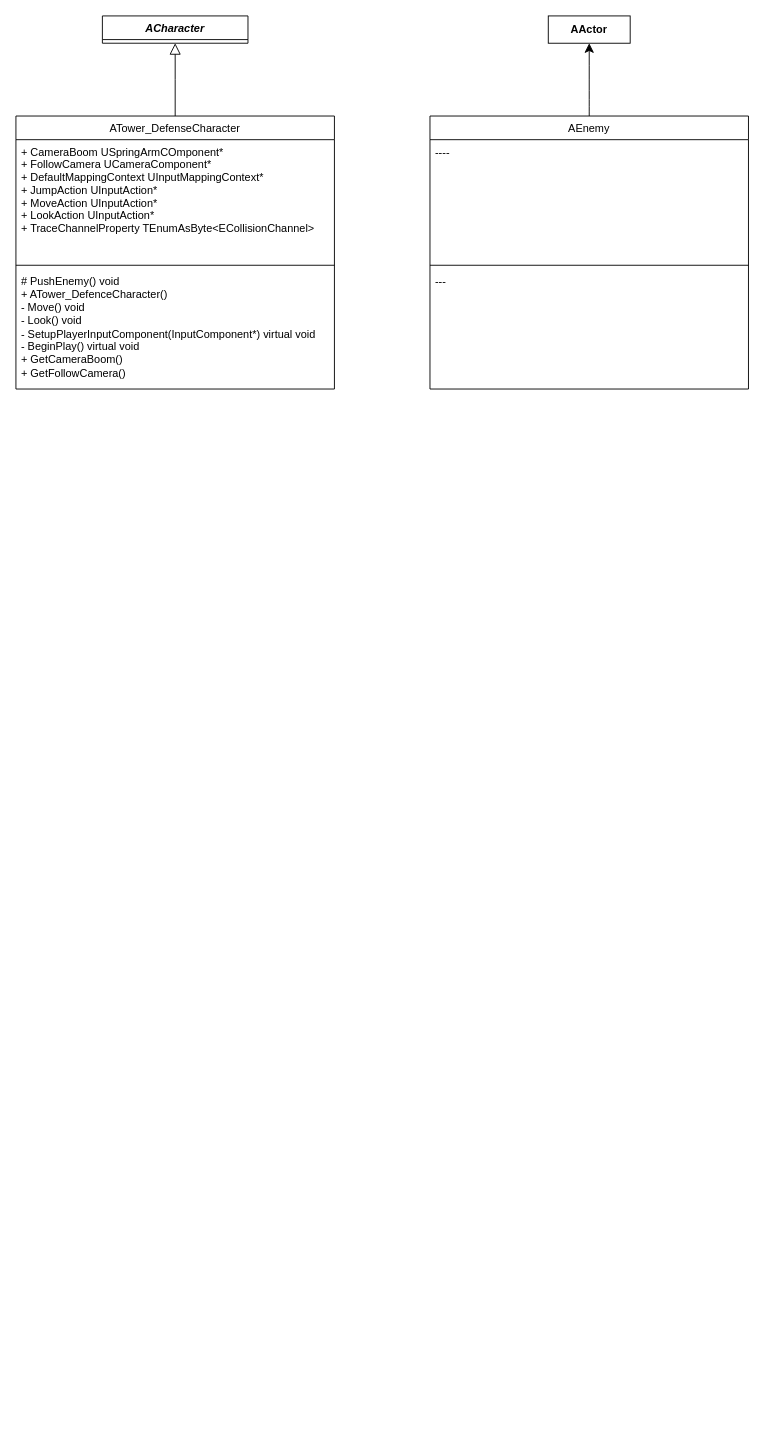
The draw.io diagram TowerDefense_UML.drawio in Viiktorh/Tower_Defense, before the edit. Source tidied: cells renumbered, new cells numbered last; positions are measured from the earlier drawing's top-left corner, leaving out a move shared by most shapes. Both pictures are drawn from the tidied source at 91%, with x=0, y=0 at pixel (15, 15).
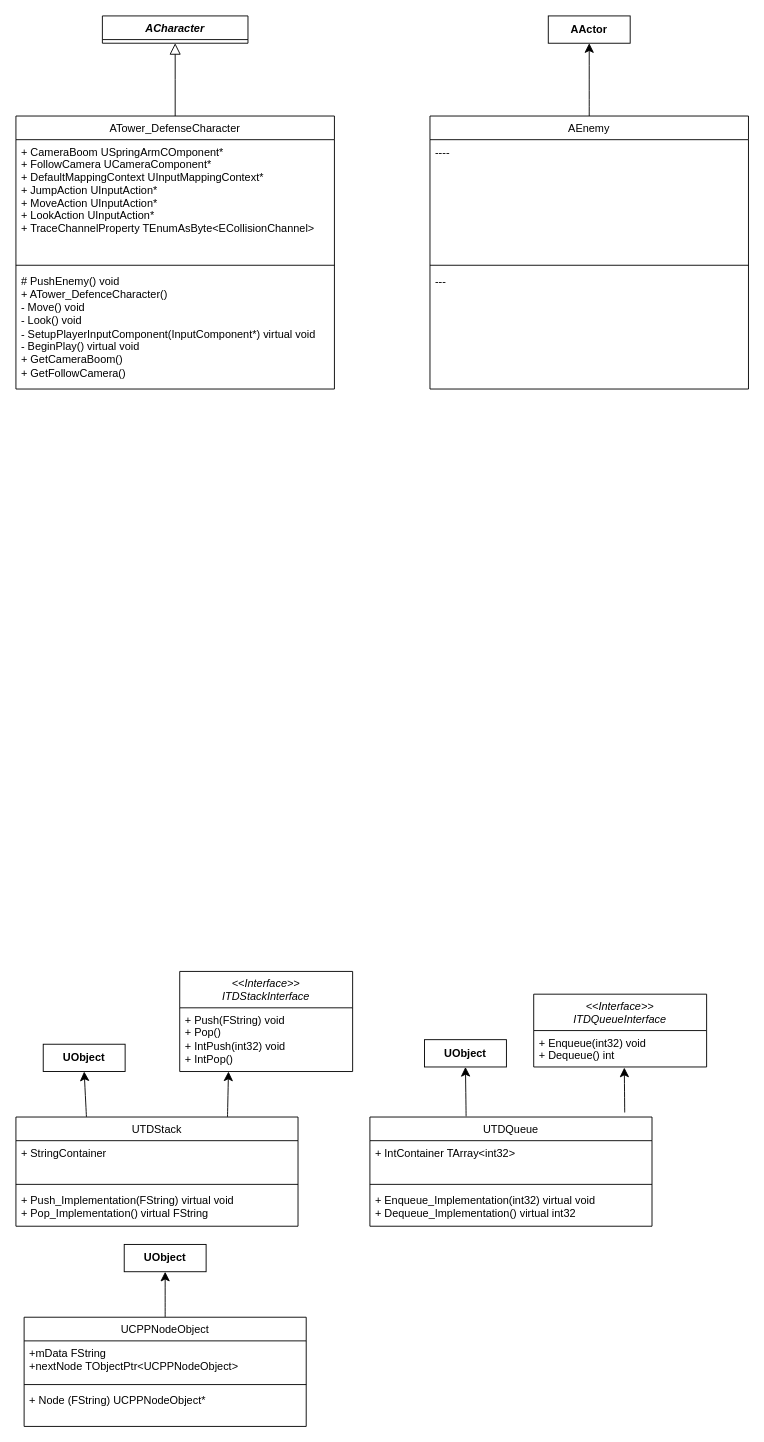
The same diagram, later.

Change to the diagram source:
```diff
@@
+    <mxCell id="14" style="edgeStyle=none;curved=1;rounded=0;jettySize=auto;html=1;exitX=0.5;exitY=0;exitDx=0;exitDy=0;entryX=0.5;entryY=1;entryDx=0;entryDy=0;fontSize=12;startSize=8;endSize=8;" parent="1" edge="1" source="15" target="19">
+      <mxGeometry relative="1" as="geometry" />
+    </mxCell>
+    <mxCell id="15" value="UCPPNodeObject" style="swimlane;fontStyle=0;align=center;verticalAlign=top;horizontal=1;startSize=26;rounded=0;shadow=0;strokeWidth=1;" parent="1" vertex="1">
+      <mxGeometry x="9" y="1430" width="310" height="120" as="geometry" />
+    </mxCell>
+    <mxCell id="16" value="+mData FString&#10;+nextNode TObjectPtr&lt;UCPPNodeObject&gt;&#10;" style="text;align=left;verticalAlign=top;spacingLeft=4;spacingRight=4;overflow=hidden;" parent="15" vertex="1">
+      <mxGeometry y="26" width="310" height="44" as="geometry" />
+    </mxCell>
+    <mxCell id="17" style="line;html=1;strokeWidth=1;align=left;verticalAlign=middle;spacingTop=-1;spacingLeft=3;spacingRight=3;labelPosition=right;" parent="15" vertex="1">
+      <mxGeometry y="70" width="310" height="8" as="geometry" />
+    </mxCell>
+    <mxCell id="18" value="&lt;div&gt;+ Node (FString)&amp;nbsp;UCPPNodeObject*&lt;/div&gt;" style="text;html=1;align=left;verticalAlign=top;strokeColor=none;fillColor=none;fontSize=12;spacingLeft=4;spacingRight=4;" parent="15" vertex="1">
+      <mxGeometry y="78" width="310" height="30" as="geometry" />
+    </mxCell>
+    <mxCell id="19" value="&lt;b&gt;UObject&lt;/b&gt;" style="rounded=0;whiteSpace=wrap;html=1;" parent="1" vertex="1">
+      <mxGeometry x="119" y="1350" width="90" height="30" as="geometry" />
+    </mxCell>
+    <mxCell id="20" value="&lt;&lt;Interface&gt;&gt;&#10;ITDQueueInterface" style="swimlane;fontStyle=2;align=center;verticalAlign=top;horizontal=1;startSize=40;rounded=0;shadow=0;strokeWidth=1;" parent="1" vertex="1">
+      <mxGeometry x="569" y="1075" width="190" height="80" as="geometry" />
+    </mxCell>
+    <mxCell id="21" value="+ Enqueue(int32) void&lt;div&gt;+ Dequeue() int&lt;/div&gt;" style="text;html=1;align=left;verticalAlign=top;points=[];strokeColor=none;fillColor=none;fontSize=12;spacingLeft=4;spacingRight=4;" parent="20" vertex="1">
+      <mxGeometry y="40" width="190" height="40" as="geometry" />
+    </mxCell>
+    <mxCell id="22" style="edgeStyle=none;curved=1;rounded=0;jettySize=auto;html=1;exitX=0.341;exitY=-0.006;exitDx=0;exitDy=0;entryX=0.5;entryY=1;entryDx=0;entryDy=0;fontSize=12;startSize=8;endSize=8;exitPerimeter=0;" parent="1" edge="1" source="23" target="28">
+      <mxGeometry relative="1" as="geometry" />
+    </mxCell>
+    <mxCell id="23" value="UTDQueue" style="swimlane;fontStyle=0;align=center;verticalAlign=top;horizontal=1;startSize=26;rounded=0;shadow=0;strokeWidth=1;" parent="1" vertex="1">
+      <mxGeometry x="389" y="1210" width="310" height="120" as="geometry" />
+    </mxCell>
+    <mxCell id="24" value="+ IntContainer TArray&lt;int32&gt;" style="text;align=left;verticalAlign=top;spacingLeft=4;spacingRight=4;overflow=hidden;" parent="23" vertex="1">
+      <mxGeometry y="26" width="310" height="44" as="geometry" />
+    </mxCell>
+    <mxCell id="25" style="line;html=1;strokeWidth=1;align=left;verticalAlign=middle;spacingTop=-1;spacingLeft=3;spacingRight=3;labelPosition=right;" parent="23" vertex="1">
+      <mxGeometry y="70" width="310" height="8" as="geometry" />
+    </mxCell>
+    <mxCell id="26" value="+ Enqueue_Implementation(int32) virtual void&lt;div&gt;+ Dequeue_Implementation() virtual int32&lt;/div&gt;" style="text;html=1;align=left;verticalAlign=top;strokeColor=none;fillColor=none;fontSize=12;spacingLeft=4;spacingRight=4;" parent="23" vertex="1">
+      <mxGeometry y="78" width="310" height="40" as="geometry" />
+    </mxCell>
+    <mxCell id="27" style="edgeStyle=none;curved=1;rounded=0;jettySize=auto;html=1;entryX=0.524;entryY=1.017;entryDx=0;entryDy=0;entryPerimeter=0;fontSize=12;startSize=8;endSize=8;" parent="1" edge="1" target="21">
+      <mxGeometry relative="1" as="geometry">
+        <mxPoint x="669" y="1205" as="sourcePoint" />
+      </mxGeometry>
+    </mxCell>
+    <mxCell id="28" value="&lt;b&gt;UObject&lt;/b&gt;" style="rounded=0;whiteSpace=wrap;html=1;" parent="1" vertex="1">
+      <mxGeometry x="449" y="1125" width="90" height="30" as="geometry" />
+    </mxCell>
+    <mxCell id="29" value="&lt;b&gt;UObject&lt;/b&gt;" style="rounded=0;whiteSpace=wrap;html=1;" parent="1" vertex="1">
+      <mxGeometry x="30" y="1130" width="90" height="30" as="geometry" />
+    </mxCell>
+    <mxCell id="30" style="edgeStyle=none;curved=1;rounded=0;jettySize=auto;html=1;exitX=0.25;exitY=0;exitDx=0;exitDy=0;entryX=0.5;entryY=1;entryDx=0;entryDy=0;fontSize=12;startSize=8;endSize=8;" parent="1" edge="1" source="31" target="29">
+      <mxGeometry relative="1" as="geometry" />
+    </mxCell>
+    <mxCell id="31" value="UTDStack" style="swimlane;fontStyle=0;align=center;verticalAlign=top;horizontal=1;startSize=26;rounded=0;shadow=0;strokeWidth=1;" parent="1" vertex="1">
+      <mxGeometry y="1210" width="310" height="120" as="geometry" />
+    </mxCell>
+    <mxCell id="32" value="+ StringContainer" style="text;align=left;verticalAlign=top;spacingLeft=4;spacingRight=4;overflow=hidden;" parent="31" vertex="1">
+      <mxGeometry y="26" width="310" height="44" as="geometry" />
+    </mxCell>
+    <mxCell id="33" style="line;html=1;strokeWidth=1;align=left;verticalAlign=middle;spacingTop=-1;spacingLeft=3;spacingRight=3;labelPosition=right;" parent="31" vertex="1">
+      <mxGeometry y="70" width="310" height="8" as="geometry" />
+    </mxCell>
+    <mxCell id="34" value="+ Push_Implementation(FString) virtual void&lt;div&gt;+ Pop_Implementation() virtual FString&lt;/div&gt;" style="text;html=1;align=left;verticalAlign=top;strokeColor=none;fillColor=none;fontSize=12;spacingLeft=4;spacingRight=4;" parent="31" vertex="1">
+      <mxGeometry y="78" width="310" height="40" as="geometry" />
+    </mxCell>
+    <mxCell id="35" value="&lt;&lt;Interface&gt;&gt;&#10;ITDStackInterface" style="swimlane;fontStyle=2;align=center;verticalAlign=top;horizontal=1;startSize=40;rounded=0;shadow=0;strokeWidth=1;" parent="1" vertex="1">
+      <mxGeometry x="180" y="1050" width="190" height="110" as="geometry" />
+    </mxCell>
+    <mxCell id="36" value="+ Push(FString) void&lt;div&gt;+ Pop()&amp;nbsp;&lt;/div&gt;&lt;div&gt;+ IntPush(int32) void&lt;/div&gt;&lt;div&gt;+ IntPop()&amp;nbsp;&lt;/div&gt;" style="text;html=1;align=left;verticalAlign=top;points=[];strokeColor=none;fillColor=none;fontSize=12;spacingLeft=4;spacingRight=4;" parent="35" vertex="1">
+      <mxGeometry y="40" width="190" height="70" as="geometry" />
+    </mxCell>
+    <mxCell id="37" style="edgeStyle=none;curved=1;rounded=0;jettySize=auto;html=1;exitX=0.75;exitY=0;exitDx=0;exitDy=0;entryX=0.282;entryY=1;entryDx=0;entryDy=0;entryPerimeter=0;fontSize=12;startSize=8;endSize=8;" parent="1" edge="1" source="31" target="36">
+      <mxGeometry relative="1" as="geometry" />
+    </mxCell>
```
